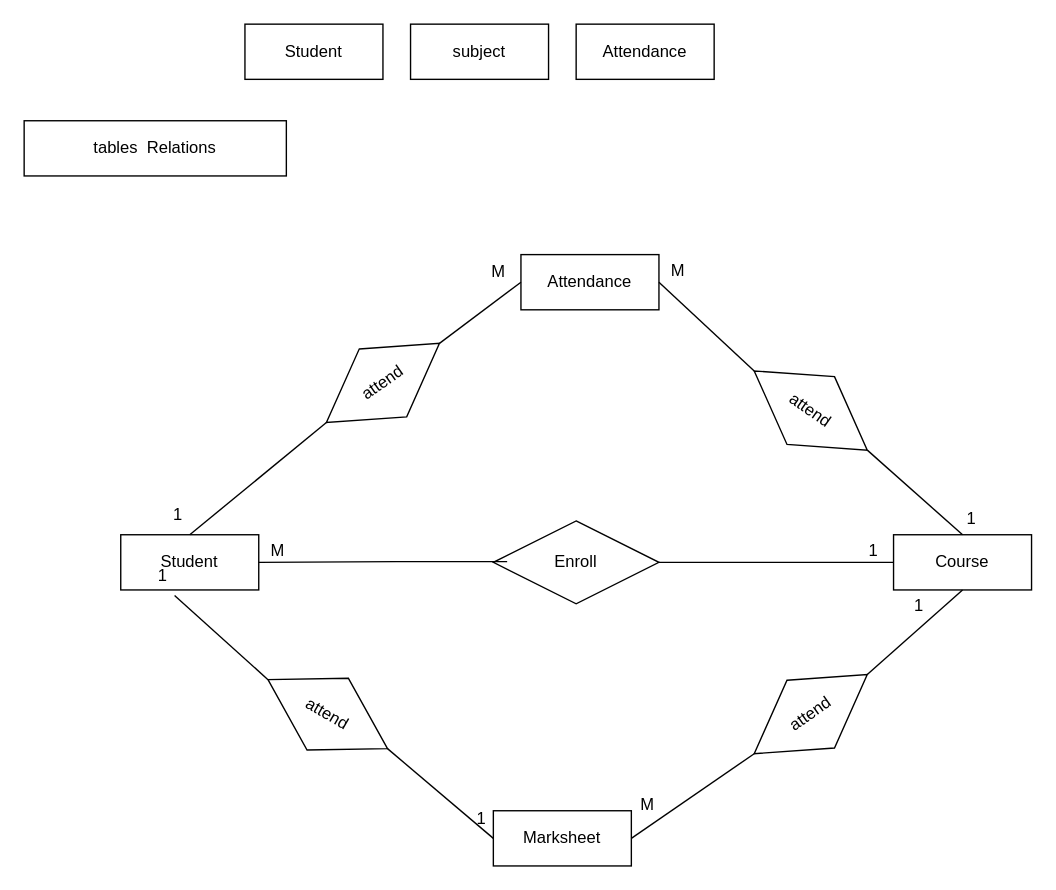
Before: Untitled Diagram.drawio in w15147m/E_R-Diagram, a draw.io diagram. Source tidied: cells renumbered, new cells numbered last; positions are measured from the earlier drawing's top-left corner, leaving out a move shared by most shapes. Both pictures are drawn from the tidied source at 138%, with x=0, y=0 at pixel (23, 23).
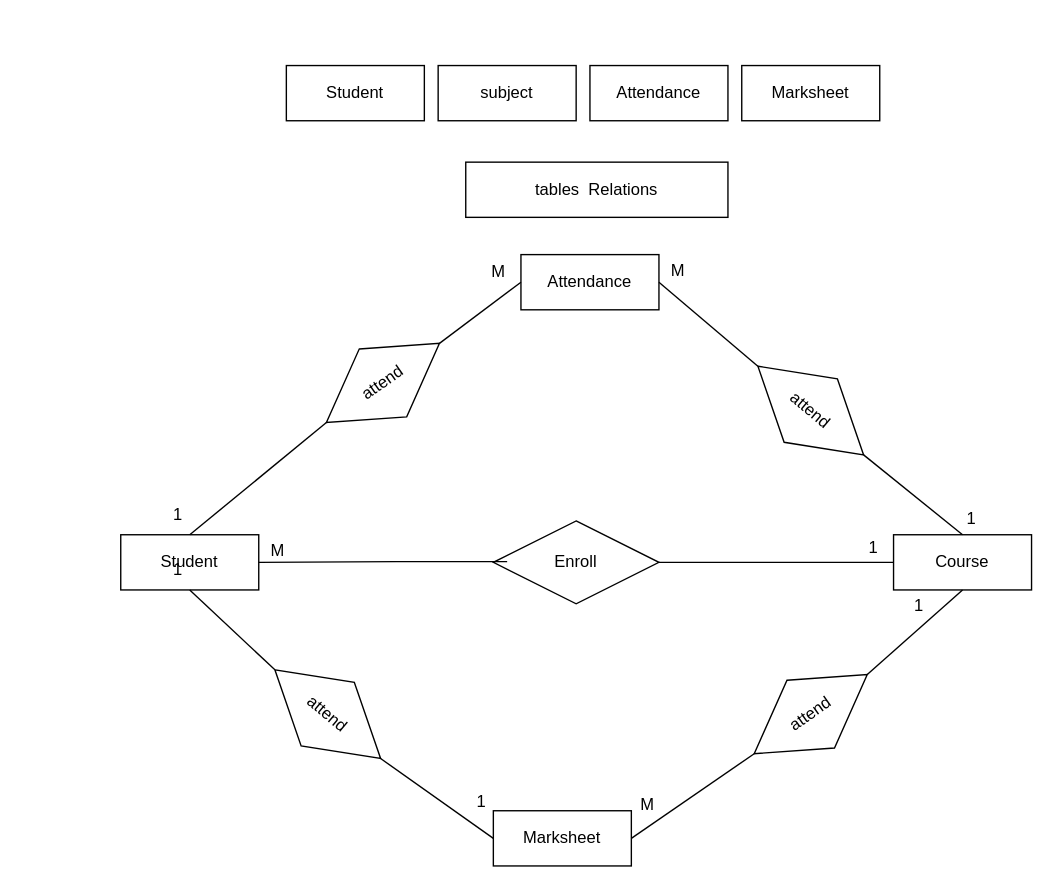
Above is the later version.

The change refers to these unchanged cells:
```xml
<mxCell id="8" value="Student " style="whiteSpace=wrap;html=1;align=center;" parent="1" vertex="1">
  <mxGeometry x="70" y="370" width="100" height="40" as="geometry" />
</mxCell>
<mxCell id="10" style="endArrow=none;html=1;rounded=0;exitX=1;exitY=0.5;exitDx=0;exitDy=0;entryX=0;entryY=0.5;entryDx=0;entryDy=0;" parent="1" edge="1" source="9" target="3">
  <mxGeometry relative="1" as="geometry" />
</mxCell>
<mxCell id="33" style="endArrow=none;html=1;rounded=0;entryX=0;entryY=0.5;entryDx=0;entryDy=0;exitX=1;exitY=0.5;exitDx=0;exitDy=0;" parent="1" edge="1" source="30" target="4">
  <mxGeometry relative="1" as="geometry" />
</mxCell>
```

The edit, as a diff of the source:
```diff
@@
     <mxCell id="2" value="Student " style="whiteSpace=wrap;html=1;align=center;" parent="1" vertex="1">
-      <mxGeometry x="160" width="100" height="40" as="geometry" />
+      <mxGeometry x="190" y="30" width="100" height="40" as="geometry" />
     </mxCell>
@@
     <mxCell id="5" value="Attendance " style="whiteSpace=wrap;html=1;align=center;" parent="1" vertex="1">
-      <mxGeometry x="400" width="100" height="40" as="geometry" />
+      <mxGeometry x="410" y="30" width="100" height="40" as="geometry" />
     </mxCell>
     <mxCell id="6" value="subject" style="whiteSpace=wrap;html=1;align=center;" parent="1" vertex="1">
-      <mxGeometry x="280" width="100" height="40" as="geometry" />
+      <mxGeometry x="300" y="30" width="100" height="40" as="geometry" />
     </mxCell>
     <mxCell id="7" value="tables&amp;nbsp; Relations" style="whiteSpace=wrap;html=1;align=center;" parent="1" vertex="1">
-      <mxGeometry y="70" width="190" height="40" as="geometry" />
+      <mxGeometry x="320" y="100" width="190" height="40" as="geometry" />
     </mxCell>
@@
     <mxCell id="11" value="1" style="html=1;whiteSpace=wrap;align=right;verticalAlign=bottom;" parent="10" vertex="1">
       <mxGeometry x="1" relative="1" as="geometry">
-        <mxPoint x="-10" as="offset" />
+        <mxPoint x="-10" y="-2" as="offset" />
       </mxGeometry>
     </mxCell>
@@
-    <mxCell id="16" value="attend" style="shape=rhombus;perimeter=rhombusPerimeter;whiteSpace=wrap;html=1;align=center;rotation=35;" parent="1" vertex="1">
+    <mxCell id="16" value="attend" style="shape=rhombus;perimeter=rhombusPerimeter;whiteSpace=wrap;html=1;align=center;rotation=40;" parent="1" vertex="1">
       <mxGeometry x="520" y="250" width="100" height="60" as="geometry" />
     </mxCell>
@@
-    <mxCell id="30" value="attend" style="shape=rhombus;perimeter=rhombusPerimeter;whiteSpace=wrap;html=1;align=center;rotation=30;" parent="1" vertex="1">
+    <mxCell id="30" value="attend" style="shape=rhombus;perimeter=rhombusPerimeter;whiteSpace=wrap;html=1;align=center;rotation=40;" parent="1" vertex="1">
       <mxGeometry x="170" y="470" width="100" height="60" as="geometry" />
     </mxCell>
-    <mxCell id="31" style="endArrow=none;html=1;rounded=0;exitX=0;exitY=0.5;exitDx=0;exitDy=0;entryX=0.39;entryY=1.1;entryDx=0;entryDy=0;entryPerimeter=0;" parent="1" edge="1" source="30" target="8">
+    <mxCell id="31" style="endArrow=none;html=1;rounded=0;exitX=0;exitY=0.5;exitDx=0;exitDy=0;entryX=0.5;entryY=1;entryDx=0;entryDy=0;" parent="1" edge="1" source="30" target="8">
       <mxGeometry relative="1" as="geometry" />
     </mxCell>
@@
     <mxCell id="34" value="1" style="html=1;whiteSpace=wrap;align=right;verticalAlign=bottom;" parent="33" vertex="1">
       <mxGeometry x="1" relative="1" as="geometry">
-        <mxPoint x="-4" y="-6" as="offset" />
+        <mxPoint x="-4" y="-18" as="offset" />
       </mxGeometry>
     </mxCell>
+    <mxCell id="35" value="Marksheet" style="whiteSpace=wrap;html=1;align=center;" parent="1" vertex="1">
+      <mxGeometry x="520" y="30" width="100" height="40" as="geometry" />
+    </mxCell>
```
